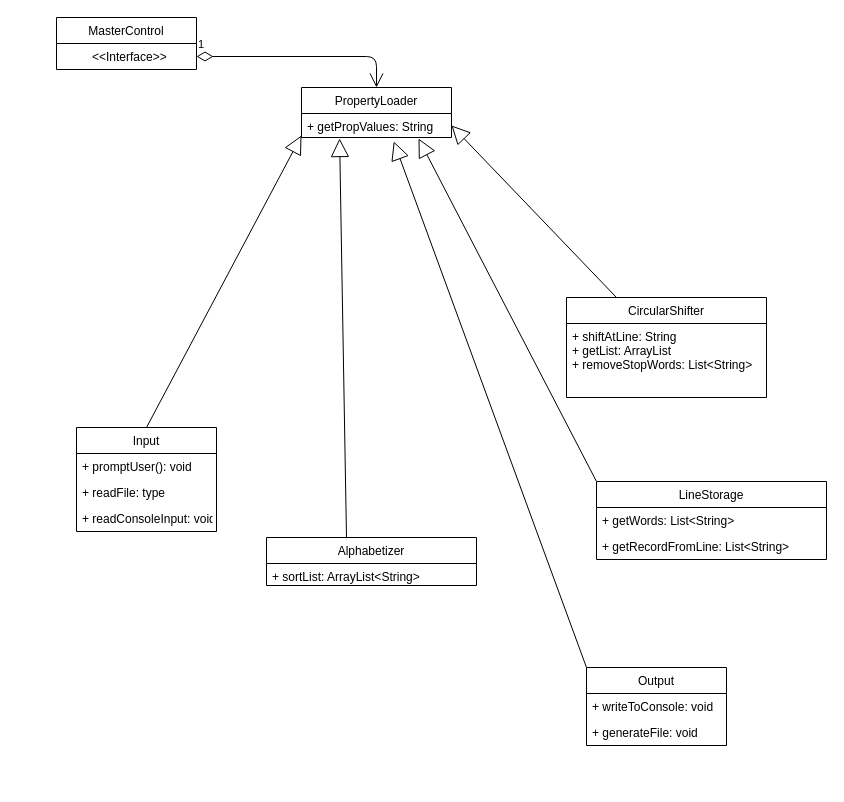
Before: src/Untitled Diagram.drawio in montyxrizzo/KWIC, a draw.io diagram. Source tidied: cells renumbered, new cells numbered last; positions are measured from the earlier drawing's top-left corner, leaving out a move shared by most shapes. Both pictures are drawn from the tidied source at 100%, with x=0, y=0 at pixel (56, 17).
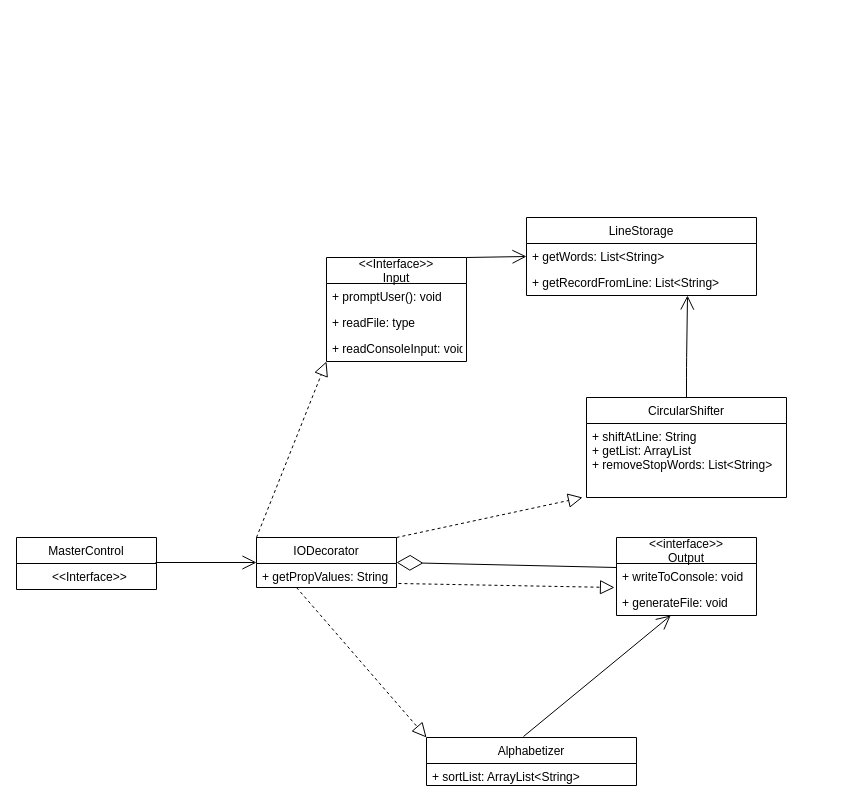
After the change.

Commit message:
KWIC Week 3 Diagram.drawio

Unchanged cells that the change refers to:
```xml
<mxCell id="3" value="+ getWords: List&lt;String&gt;" style="text;strokeColor=none;fillColor=none;align=left;verticalAlign=top;spacingLeft=4;spacingRight=4;overflow=hidden;points=[[0,0.5],[1,0.5]];portConstraint=eastwest;" parent="2" vertex="1">
  <mxGeometry y="26" width="230" height="26" as="geometry" />
</mxCell>
<mxCell id="4" value="+ getRecordFromLine: List&lt;String&gt;&#10;" style="text;strokeColor=none;fillColor=none;align=left;verticalAlign=top;spacingLeft=4;spacingRight=4;overflow=hidden;points=[[0,0.5],[1,0.5]];portConstraint=eastwest;" parent="2" vertex="1">
  <mxGeometry y="52" width="230" height="26" as="geometry" />
</mxCell>
<mxCell id="9" value="+ readConsoleInput: void " style="text;strokeColor=none;fillColor=none;align=left;verticalAlign=top;spacingLeft=4;spacingRight=4;overflow=hidden;points=[[0,0.5],[1,0.5]];portConstraint=eastwest;" parent="5" vertex="1">
  <mxGeometry y="78" width="140" height="26" as="geometry" />
</mxCell>
<mxCell id="12" value="+ generateFile: void" style="text;strokeColor=none;fillColor=none;align=left;verticalAlign=top;spacingLeft=4;spacingRight=4;overflow=hidden;points=[[0,0.5],[1,0.5]];portConstraint=eastwest;" parent="10" vertex="1">
  <mxGeometry y="52" width="140" height="26" as="geometry" />
</mxCell>
<mxCell id="15" value="+ shiftAtLine: String&#10;+ getList: ArrayList&#10;+ removeStopWords: List&lt;String&gt;" style="text;strokeColor=none;fillColor=none;align=left;verticalAlign=top;spacingLeft=4;spacingRight=4;overflow=hidden;points=[[0,0.5],[1,0.5]];portConstraint=eastwest;" parent="13" vertex="1">
  <mxGeometry y="26" width="200" height="74" as="geometry" />
</mxCell>
<mxCell id="22" value="         &lt;&lt;Interface&gt;&gt;" style="text;strokeColor=none;fillColor=none;align=left;verticalAlign=top;spacingLeft=4;spacingRight=4;overflow=hidden;points=[[0,0.5],[1,0.5]];portConstraint=eastwest;" parent="21" vertex="1">
  <mxGeometry y="26" width="140" height="26" as="geometry" />
</mxCell>
```

What changed in the source:
```diff
@@
     <mxCell id="2" value="LineStorage" style="swimlane;fontStyle=0;horizontal=1;startSize=26;fillColor=none;" parent="1" vertex="1">
-      <mxGeometry x="540" y="464" width="230" height="78" as="geometry" />
+      <mxGeometry x="470" y="200" width="230" height="78" as="geometry" />
     </mxCell>
@@
-    <mxCell id="5" value="Input" style="swimlane;fontStyle=0;horizontal=1;startSize=26;fillColor=none;" parent="1" vertex="1">
-      <mxGeometry x="20" y="410" width="140" height="104" as="geometry" />
+    <mxCell id="5" value="&lt;&lt;Interface&gt;&gt;&#10;Input" style="swimlane;fontStyle=0;horizontal=1;startSize=26;fillColor=none;" parent="1" vertex="1">
+      <mxGeometry x="270" y="240" width="140" height="104" as="geometry" />
     </mxCell>
-    <mxCell id="6" style="endArrow=block;endSize=16;endFill=0;html=1;entryX=0;entryY=1;entryDx=0;entryDy=0;entryPerimeter=0;" parent="5" edge="1">
-      <mxGeometry relative="1" as="geometry">
-        <mxPoint x="70" as="sourcePoint" />
-        <mxPoint x="225" y="-292" as="targetPoint" />
-      </mxGeometry>
-    </mxCell>
@@
-    <mxCell id="10" value="Output" style="swimlane;fontStyle=0;horizontal=1;startSize=26;fillColor=none;" parent="1" vertex="1">
-      <mxGeometry x="530" y="650" width="140" height="78" as="geometry" />
+    <mxCell id="10" value="&lt;&lt;interface&gt;&gt;&#10;Output" style="swimlane;fontStyle=0;horizontal=1;startSize=26;fillColor=none;" parent="1" vertex="1">
+      <mxGeometry x="560" y="520" width="140" height="78" as="geometry" />
     </mxCell>
+    <mxCell id="26" style="endArrow=diamondThin;endFill=0;endSize=24;html=1;entryX=1;entryY=0.5;entryDx=0;entryDy=0;" parent="10" edge="1" target="19">
+      <mxGeometry relative="1" as="geometry">
+        <mxPoint y="30" as="sourcePoint" />
+      </mxGeometry>
+    </mxCell>
@@
     <mxCell id="13" value="CircularShifter" style="swimlane;fontStyle=0;horizontal=1;startSize=26;fillColor=none;" parent="1" vertex="1">
-      <mxGeometry x="510" y="280" width="200" height="100" as="geometry" />
+      <mxGeometry x="530" y="380" width="200" height="100" as="geometry" />
     </mxCell>
-    <mxCell id="14" style="endArrow=block;endSize=16;endFill=0;html=1;entryX=1;entryY=0.5;entryDx=0;entryDy=0;" parent="13" edge="1" target="20">
-      <mxGeometry relative="1" as="geometry">
-        <mxPoint x="50" as="sourcePoint" />
-      </mxGeometry>
-    </mxCell>
@@
     <mxCell id="16" value="Alphabetizer" style="swimlane;fontStyle=0;horizontal=1;startSize=26;fillColor=none;" parent="1" vertex="1">
-      <mxGeometry x="210" y="520" width="210" height="48" as="geometry" />
+      <mxGeometry x="370" y="720" width="210" height="48" as="geometry" />
     </mxCell>
-    <mxCell id="17" style="endArrow=block;endSize=16;endFill=0;html=1;entryX=0.254;entryY=1.042;entryDx=0;entryDy=0;entryPerimeter=0;" parent="16" edge="1" target="20">
-      <mxGeometry relative="1" as="geometry">
-        <mxPoint x="80" as="sourcePoint" />
-      </mxGeometry>
-    </mxCell>
@@
-    <mxCell id="19" value="PropertyLoader" style="swimlane;fontStyle=0;horizontal=1;startSize=26;fillColor=none;" parent="1" vertex="1">
-      <mxGeometry x="245" y="70" width="150" height="50" as="geometry" />
-    </mxCell>
-    <mxCell id="20" value="+ getPropValues: String" style="text;strokeColor=none;fillColor=none;align=left;verticalAlign=top;spacingLeft=4;spacingRight=4;overflow=hidden;points=[[0,0.5],[1,0.5]];portConstraint=eastwest;" parent="19" vertex="1">
-      <mxGeometry y="26" width="150" height="24" as="geometry" />
-    </mxCell>
     <mxCell id="21" value="MasterControl" style="swimlane;fontStyle=0;horizontal=1;startSize=26;fillColor=none;" parent="1" vertex="1">
-      <mxGeometry width="140" height="52" as="geometry" />
+      <mxGeometry x="-40" y="520" width="140" height="52" as="geometry" />
     </mxCell>
@@
-    <mxCell id="23" style="endArrow=block;endSize=16;endFill=0;html=1;entryX=0.836;entryY=1.115;entryDx=0;entryDy=0;entryPerimeter=0;exitX=0;exitY=0;exitDx=0;exitDy=0;" parent="1" edge="1" source="2">
-      <mxGeometry relative="1" as="geometry">
-        <mxPoint x="362" y="121" as="targetPoint" />
-      </mxGeometry>
-    </mxCell>
-    <mxCell id="24" style="endArrow=block;endSize=16;endFill=0;html=1;exitX=0;exitY=0;exitDx=0;exitDy=0;entryX=0.615;entryY=1.167;entryDx=0;entryDy=0;entryPerimeter=0;" parent="1" edge="1" source="10" target="20">
-      <mxGeometry relative="1" as="geometry" />
-    </mxCell>
+    <mxCell id="27" style="endArrow=open;endFill=1;endSize=12;html=1;entryX=0;entryY=0.5;entryDx=0;entryDy=0;exitX=1;exitY=0;exitDx=0;exitDy=0;" parent="1" edge="1" source="5" target="3">
+      <mxGeometry relative="1" as="geometry" />
+    </mxCell>
+    <mxCell id="19" value="IODecorator" style="swimlane;fontStyle=0;horizontal=1;startSize=26;fillColor=none;" parent="1" vertex="1">
+      <mxGeometry x="200" y="520" width="140" height="50" as="geometry" />
+    </mxCell>
+    <mxCell id="28" style="endArrow=block;dashed=1;endFill=0;endSize=12;html=1;entryX=0;entryY=1;entryDx=0;entryDy=0;entryPerimeter=0;" parent="19" edge="1" target="9">
+      <mxGeometry relative="1" as="geometry">
+        <mxPoint as="sourcePoint" />
+      </mxGeometry>
+    </mxCell>
+    <mxCell id="20" value="+ getPropValues: String" style="text;strokeColor=none;fillColor=none;align=left;verticalAlign=top;spacingLeft=4;spacingRight=4;overflow=hidden;points=[[0,0.5],[1,0.5]];portConstraint=eastwest;" parent="19" vertex="1">
+      <mxGeometry y="26" width="140" height="24" as="geometry" />
+    </mxCell>
+    <mxCell id="29" style="endArrow=block;dashed=1;endFill=0;endSize=12;html=1;entryX=0;entryY=0;entryDx=0;entryDy=0;" parent="19" edge="1" target="16">
+      <mxGeometry relative="1" as="geometry">
+        <mxPoint x="40" y="50" as="sourcePoint" />
+      </mxGeometry>
+    </mxCell>
+    <mxCell id="30" style="endArrow=open;endFill=1;endSize=12;html=1;exitX=0.462;exitY=-0.021;exitDx=0;exitDy=0;exitPerimeter=0;" parent="1" edge="1" source="16" target="12">
+      <mxGeometry relative="1" as="geometry" />
+    </mxCell>
+    <mxCell id="31" style="endArrow=block;dashed=1;endFill=0;endSize=12;html=1;entryX=-0.014;entryY=-0.077;entryDx=0;entryDy=0;entryPerimeter=0;exitX=1.014;exitY=0.833;exitDx=0;exitDy=0;exitPerimeter=0;" parent="1" edge="1" source="20" target="12">
+      <mxGeometry relative="1" as="geometry" />
+    </mxCell>
+    <mxCell id="32" style="endArrow=block;dashed=1;endFill=0;endSize=12;html=1;exitX=1;exitY=0;exitDx=0;exitDy=0;entryX=-0.02;entryY=1;entryDx=0;entryDy=0;entryPerimeter=0;" parent="1" edge="1" source="19" target="15">
+      <mxGeometry relative="1" as="geometry" />
+    </mxCell>
-    <mxCell id="25" value="1" style="endArrow=open;html=1;endSize=12;startArrow=diamondThin;startSize=14;startFill=0;edgeStyle=orthogonalEdgeStyle;align=left;verticalAlign=bottom;entryX=0.5;entryY=0;entryDx=0;entryDy=0;exitX=1;exitY=0.5;exitDx=0;exitDy=0;" parent="1" edge="1" source="22" target="19">
-      <mxGeometry x="-1" y="3" relative="1" as="geometry" />
+    <mxCell id="25" style="endArrow=open;endFill=1;endSize=12;html=1;entryX=0;entryY=0.5;entryDx=0;entryDy=0;exitX=0.993;exitY=-0.038;exitDx=0;exitDy=0;exitPerimeter=0;" parent="1" edge="1" source="22" target="19">
+      <mxGeometry relative="1" as="geometry" />
     </mxCell>
+    <mxCell id="33" style="endArrow=open;endFill=1;endSize=12;html=1;exitX=0.5;exitY=0;exitDx=0;exitDy=0;entryX=0.7;entryY=1;entryDx=0;entryDy=0;entryPerimeter=0;" parent="1" edge="1" source="13" target="4">
+      <mxGeometry relative="1" as="geometry">
+        <Array as="points">
+          <mxPoint x="630" y="350" />
+        </Array>
+      </mxGeometry>
+    </mxCell>
```
